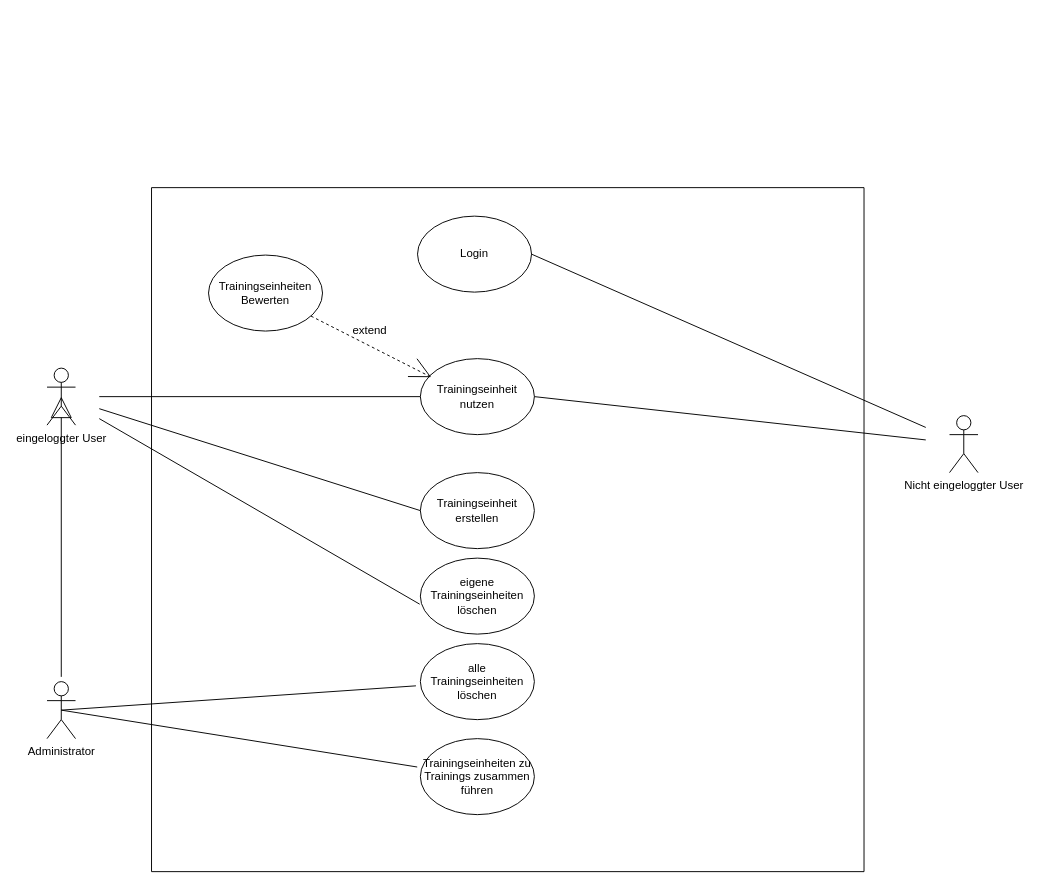
Before: Unbenanntes Diagramm.drawio in andrinnn6789/FootballAdministrationsApp, a draw.io diagram. Source tidied: cells renumbered, new cells numbered last; positions are measured from the earlier drawing's top-left corner, leaving out a move shared by most shapes. Both pictures are drawn from the tidied source at 95%, with x=0, y=0 at pixel (47, 187).
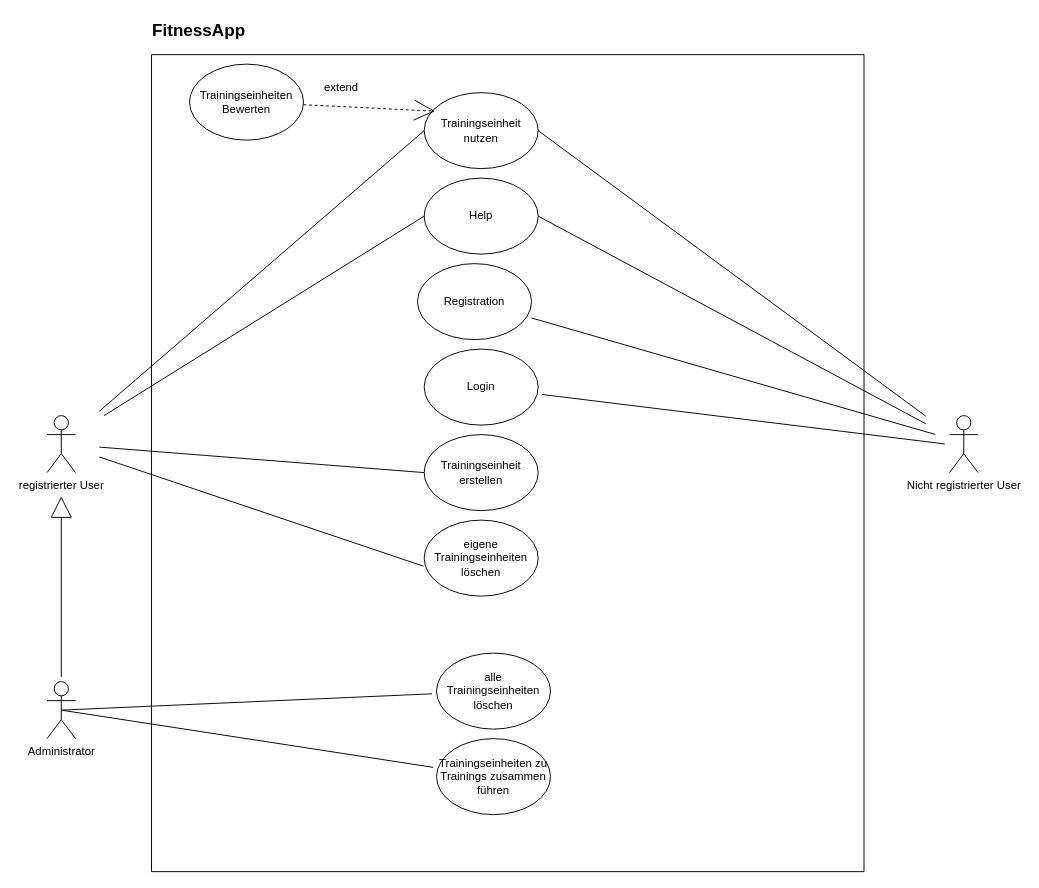
The same diagram, later.

Unchanged cells that the change refers to:
```xml
<mxCell id="24" value="Administrator" style="shape=umlActor;verticalLabelPosition=bottom;verticalAlign=top;html=1;outlineConnect=0;" parent="1" vertex="1">
  <mxGeometry y="520" width="30" height="60" as="geometry" />
</mxCell>
```

Change to the diagram source:
```diff
@@
     <mxCell id="4" style="swimlane;startSize=0;" parent="1" vertex="1">
-      <mxGeometry x="110" width="750" height="720" as="geometry" />
+      <mxGeometry x="110" y="-140" width="750" height="860" as="geometry" />
     </mxCell>
     <mxCell id="5" value="Trainingseinheit erstellen" style="ellipse;whiteSpace=wrap;html=1;" parent="4" vertex="1">
-      <mxGeometry x="283" y="300" width="120" height="80" as="geometry" />
+      <mxGeometry x="287" y="400" width="120" height="80" as="geometry" />
     </mxCell>
     <mxCell id="6" value="alle Trainingseinheiten löschen" style="ellipse;whiteSpace=wrap;html=1;" parent="4" vertex="1">
-      <mxGeometry x="283" y="480" width="120" height="80" as="geometry" />
+      <mxGeometry x="300" y="630" width="120" height="80" as="geometry" />
     </mxCell>
     <mxCell id="7" value="Trainingseinheit nutzen" style="ellipse;whiteSpace=wrap;html=1;" parent="4" vertex="1">
-      <mxGeometry x="283" y="180" width="120" height="80" as="geometry" />
+      <mxGeometry x="287" y="40" width="120" height="80" as="geometry" />
     </mxCell>
@@
     <mxCell id="9" value="Trainingseinheiten Bewerten" style="ellipse;whiteSpace=wrap;html=1;" parent="4" vertex="1">
-      <mxGeometry x="60" y="71" width="120" height="80" as="geometry" />
+      <mxGeometry x="40" y="10" width="120" height="80" as="geometry" />
     </mxCell>
     <mxCell id="10" value="Trainingseinheiten zu Trainings zusammen führen" style="ellipse;whiteSpace=wrap;html=1;" parent="4" vertex="1">
-      <mxGeometry x="283" y="580" width="120" height="80" as="geometry" />
+      <mxGeometry x="300" y="720" width="120" height="80" as="geometry" />
     </mxCell>
     <mxCell id="11" value="eigene Trainingseinheiten löschen" style="ellipse;whiteSpace=wrap;html=1;" parent="4" vertex="1">
-      <mxGeometry x="283" y="390" width="120" height="80" as="geometry" />
+      <mxGeometry x="287" y="490" width="120" height="80" as="geometry" />
     </mxCell>
-    <mxCell id="12" value="Login" style="ellipse;whiteSpace=wrap;html=1;" parent="4" vertex="1">
-      <mxGeometry x="280" y="30" width="120" height="80" as="geometry" />
+    <mxCell id="12" value="Help" style="ellipse;whiteSpace=wrap;html=1;" parent="4" vertex="1">
+      <mxGeometry x="287" y="130" width="120" height="80" as="geometry" />
     </mxCell>
     <mxCell id="13" value="extend" style="text;html=1;strokeColor=none;fillColor=none;align=center;verticalAlign=middle;whiteSpace=wrap;rounded=0;" parent="4" vertex="1">
-      <mxGeometry x="200" y="136" width="60" height="30" as="geometry" />
+      <mxGeometry x="170" y="20" width="60" height="30" as="geometry" />
     </mxCell>
+    <mxCell id="25" value="Login" style="ellipse;whiteSpace=wrap;html=1;" parent="4" vertex="1">
+      <mxGeometry x="287" y="310" width="120" height="80" as="geometry" />
+    </mxCell>
+    <mxCell id="26" value="Registration" style="ellipse;whiteSpace=wrap;html=1;" parent="4" vertex="1">
+      <mxGeometry x="280" y="220" width="120" height="80" as="geometry" />
+    </mxCell>
+    <mxCell id="27" style="rounded=0;sketch=0;jumpSize=4;jettySize=auto;html=1;startArrow=none;startFill=0;endArrow=none;endFill=0;startSize=20;endSize=20;sourcePerimeterSpacing=25;targetPerimeterSpacing=5;strokeWidth=1;entryX=0;entryY=0.5;entryDx=0;entryDy=0;" parent="4" edge="1" target="12">
+      <mxGeometry relative="1" as="geometry">
+        <mxPoint x="-50" y="380" as="sourcePoint" />
+      </mxGeometry>
+    </mxCell>
@@
-    <mxCell id="16" value="Nicht eingeloggter User" style="shape=umlActor;verticalLabelPosition=bottom;verticalAlign=top;html=1;outlineConnect=0;" parent="1" vertex="1">
+    <mxCell id="16" value="Nicht registrierter User" style="shape=umlActor;verticalLabelPosition=bottom;verticalAlign=top;html=1;outlineConnect=0;" parent="1" vertex="1">
       <mxGeometry x="950" y="240" width="30" height="60" as="geometry" />
     </mxCell>
-    <mxCell id="17" style="rounded=0;sketch=0;jumpSize=4;jettySize=auto;html=1;exitX=0.5;exitY=0.5;exitDx=0;exitDy=0;exitPerimeter=0;endArrow=none;endFill=0;startSize=20;endSize=20;sourcePerimeterSpacing=25;targetPerimeterSpacing=5;strokeWidth=1;startArrow=block;startFill=0;" parent="1" edge="1" source="21" target="24">
+    <mxCell id="17" style="rounded=0;sketch=0;jumpSize=4;jettySize=auto;html=1;endArrow=none;endFill=0;startSize=20;endSize=20;sourcePerimeterSpacing=25;targetPerimeterSpacing=5;strokeWidth=1;startArrow=block;startFill=0;" parent="1" edge="1" source="21" target="24">
       <mxGeometry relative="1" as="geometry" />
     </mxCell>
@@
-    <mxCell id="21" value="eingeloggter User" style="shape=umlActor;verticalLabelPosition=bottom;verticalAlign=top;html=1;outlineConnect=0;" parent="1" vertex="1">
-      <mxGeometry y="190" width="30" height="60" as="geometry" />
+    <mxCell id="21" value="registrierter User" style="shape=umlActor;verticalLabelPosition=bottom;verticalAlign=top;html=1;outlineConnect=0;" parent="1" vertex="1">
+      <mxGeometry y="240" width="30" height="60" as="geometry" />
     </mxCell>
@@
+    <mxCell id="28" value="FitnessApp" style="text;html=1;strokeColor=none;fillColor=none;align=center;verticalAlign=middle;whiteSpace=wrap;rounded=0;fontStyle=1;fontSize=18;" parent="1" vertex="1">
+      <mxGeometry x="130" y="-180" width="60" height="30" as="geometry" />
+    </mxCell>
+    <mxCell id="29" style="rounded=0;sketch=0;jumpSize=4;jettySize=auto;html=1;startArrow=none;startFill=0;endArrow=none;endFill=0;startSize=20;endSize=20;sourcePerimeterSpacing=25;targetPerimeterSpacing=5;strokeWidth=1;" parent="1" edge="1" target="26">
+      <mxGeometry relative="1" as="geometry">
+        <mxPoint x="935" y="259.8" as="sourcePoint" />
+      </mxGeometry>
+    </mxCell>
+    <mxCell id="30" style="rounded=0;sketch=0;jumpSize=4;jettySize=auto;html=1;startArrow=none;startFill=0;endArrow=none;endFill=0;startSize=20;endSize=20;sourcePerimeterSpacing=25;targetPerimeterSpacing=5;strokeWidth=1;" parent="1" edge="1" target="25">
+      <mxGeometry relative="1" as="geometry">
+        <mxPoint x="945" y="269.8" as="sourcePoint" />
+      </mxGeometry>
+    </mxCell>
```
